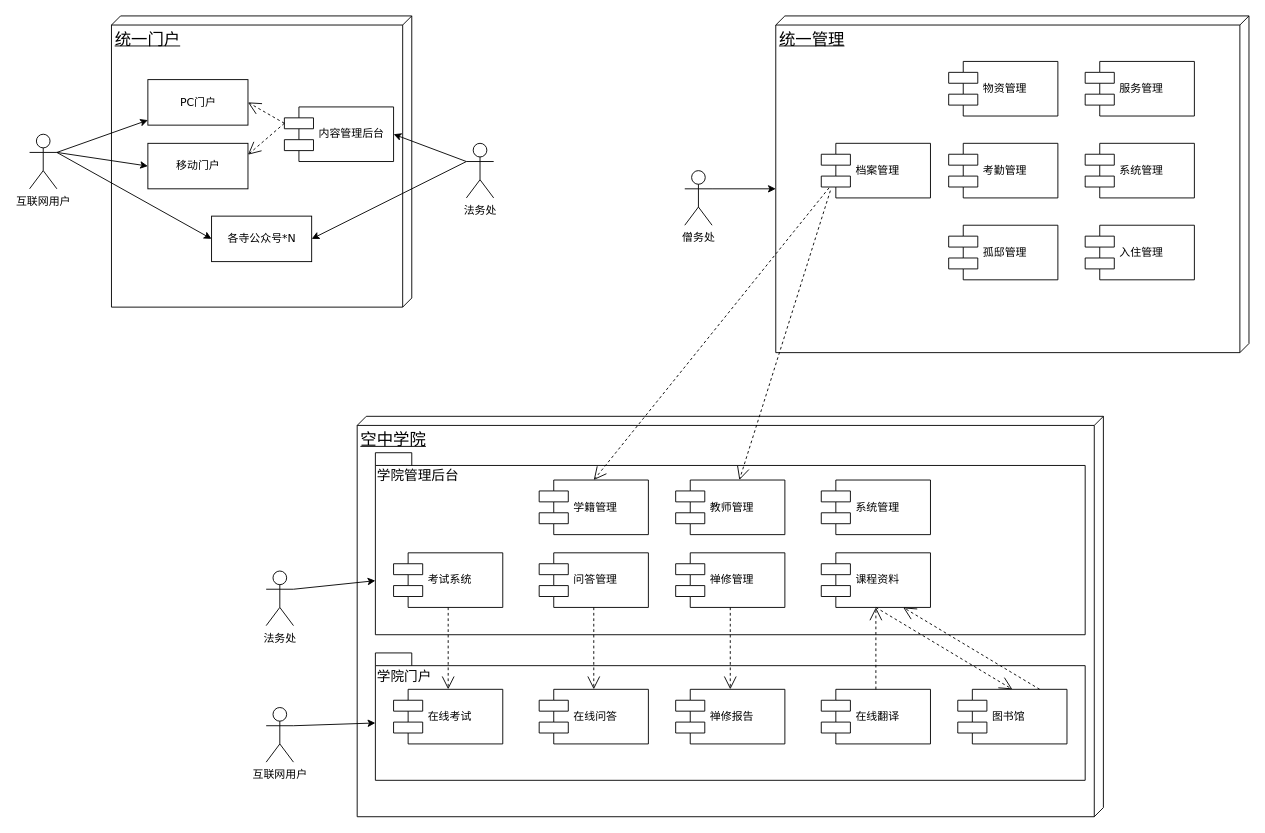
Before: 宏宣软件系统架构.drawio in tanbw/documents, a draw.io diagram. Source tidied: cells renumbered, new cells numbered last; positions are measured from the earlier drawing's top-left corner, leaving out a move shared by most shapes. Both pictures are drawn from the tidied source at 91%, with x=0, y=0 at pixel (29, 15).
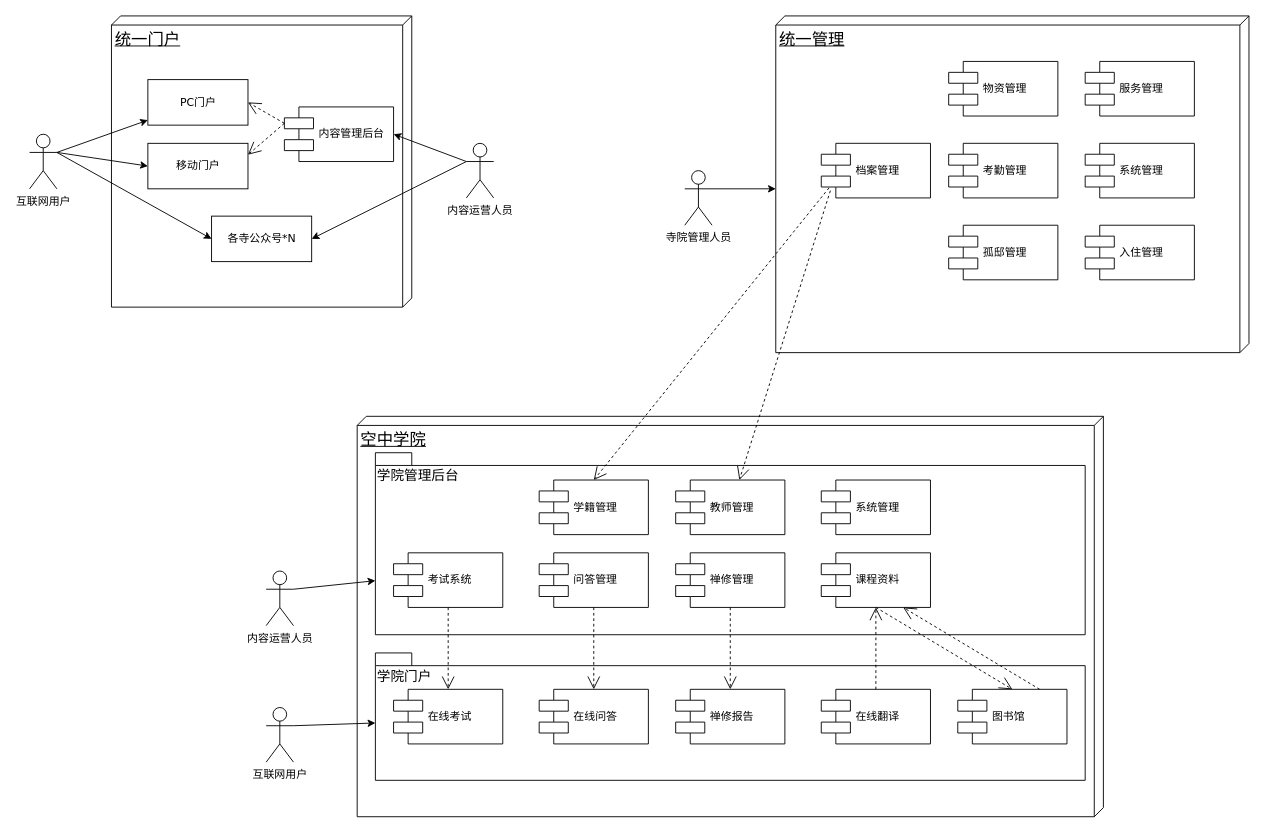
The same diagram, later.

Commit message (it also covers changes not shown here):
更新宏宣软件系统架构.drawio

Change to the diagram source:
```diff
@@
-    <mxCell id="7" value="法务处" style="shape=umlActor;verticalLabelPosition=bottom;verticalAlign=top;html=1;" parent="1" vertex="1">
+    <mxCell id="7" value="内容运营人员" style="shape=umlActor;verticalLabelPosition=bottom;verticalAlign=top;html=1;" parent="1" vertex="1">
       <mxGeometry x="480" y="140" width="30" height="60" as="geometry" />
     </mxCell>
@@
-    <mxCell id="23" value="僧务处" style="shape=umlActor;verticalLabelPosition=bottom;verticalAlign=top;html=1;" parent="1" vertex="1">
+    <mxCell id="23" value="寺院管理人员" style="shape=umlActor;verticalLabelPosition=bottom;verticalAlign=top;html=1;" parent="1" vertex="1">
       <mxGeometry x="720" y="170" width="30" height="60" as="geometry" />
     </mxCell>
@@
-    <mxCell id="27" value="法务处" style="shape=umlActor;verticalLabelPosition=bottom;verticalAlign=top;html=1;" parent="1" vertex="1">
+    <mxCell id="27" value="内容运营人员" style="shape=umlActor;verticalLabelPosition=bottom;verticalAlign=top;html=1;" parent="1" vertex="1">
       <mxGeometry x="260" y="610" width="30" height="60" as="geometry" />
     </mxCell>
```
